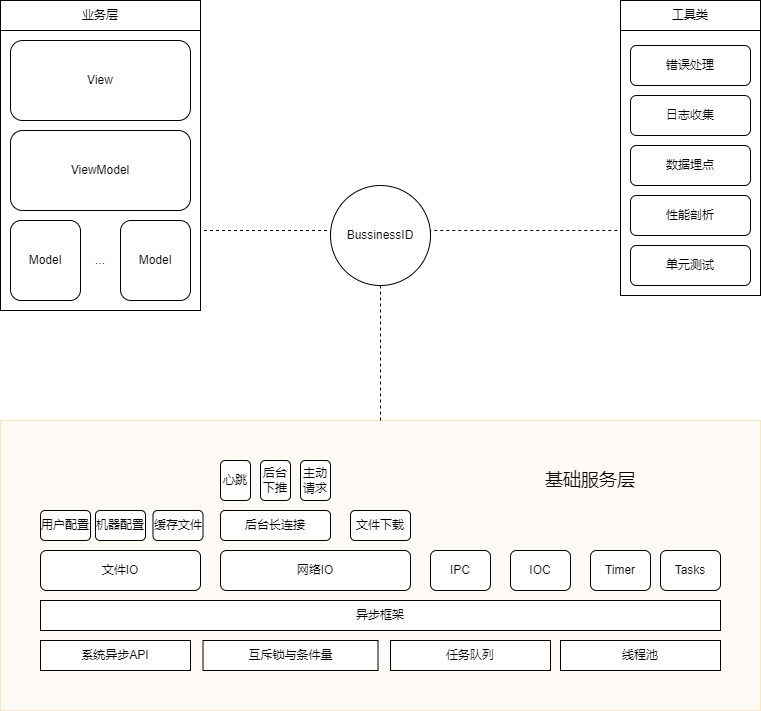
Above: images/framework.png in mrbeardad/SeeCheatSheets (draw.io), before the change. Source tidied: cells renumbered, new cells last; positions are measured from the earlier drawing's top-left corner, leaving out a move shared by most shapes.
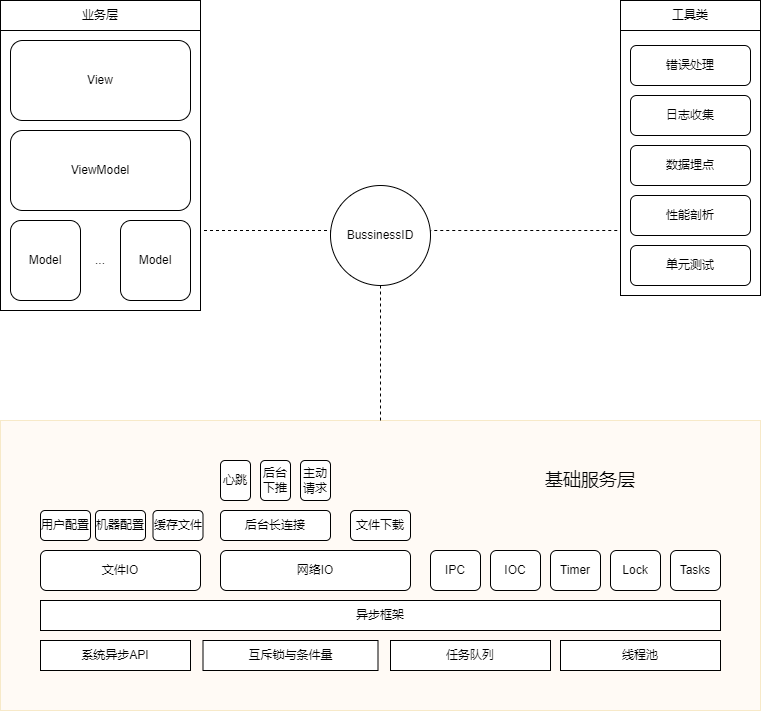
Later version of the same file.

The edit, as a diff of the source:
```diff
@@ -26,16 +26,16 @@
       <mxGeometry x="40" y="550" width="160" height="40" as="geometry" />
     </mxCell>
     <mxCell id="8" value="IPC" style="rounded=1;whiteSpace=wrap;html=1;" parent="1" vertex="1">
-      <mxGeometry x="430" y="550" width="60" height="40" as="geometry" />
+      <mxGeometry x="430" y="550" width="50" height="40" as="geometry" />
     </mxCell>
     <mxCell id="9" value="IOC" style="rounded=1;whiteSpace=wrap;html=1;" parent="1" vertex="1">
-      <mxGeometry x="510" y="550" width="60" height="40" as="geometry" />
+      <mxGeometry x="490" y="550" width="50" height="40" as="geometry" />
     </mxCell>
     <mxCell id="10" value="Timer" style="rounded=1;whiteSpace=wrap;html=1;" parent="1" vertex="1">
-      <mxGeometry x="590" y="550" width="60" height="40" as="geometry" />
+      <mxGeometry x="550" y="550" width="50" height="40" as="geometry" />
     </mxCell>
     <mxCell id="11" value="Tasks" style="rounded=1;whiteSpace=wrap;html=1;" parent="1" vertex="1">
-      <mxGeometry x="660" y="550" width="60" height="40" as="geometry" />
+      <mxGeometry x="670" y="550" width="50" height="40" as="geometry" />
     </mxCell>
     <mxCell id="12" value="心跳" style="whiteSpace=wrap;html=1;rounded=1;" parent="1" vertex="1">
       <mxGeometry x="220" y="460" width="30" height="40" as="geometry" />
@@ -129,5 +129,8 @@
     <mxCell id="40" value="文件下载" style="whiteSpace=wrap;html=1;rounded=1;" parent="1" vertex="1">
       <mxGeometry x="350" y="510" width="60" height="30" as="geometry" />
     </mxCell>
+    <mxCell id="41" value="Lock" style="rounded=1;whiteSpace=wrap;html=1;" parent="1" vertex="1">
+      <mxGeometry x="610" y="550" width="50" height="40" as="geometry" />
+    </mxCell>
   </root>
 </mxGraphModel>
```
